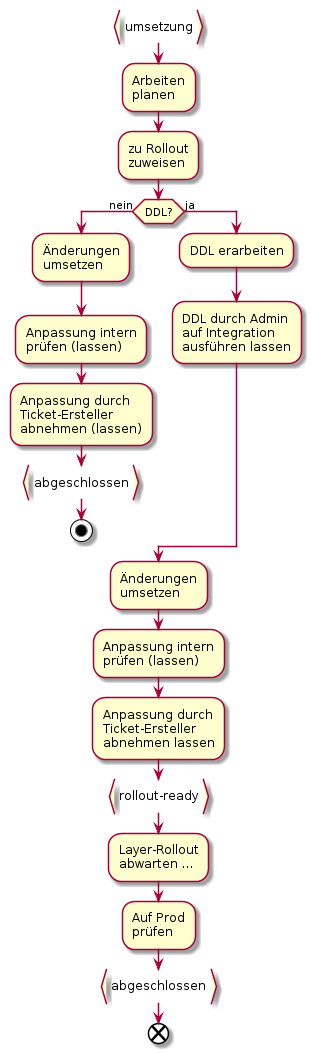
Before: dok/puml_output/flow_rollout.png, a diagram exported from PlantUML (ojeker/docktick).
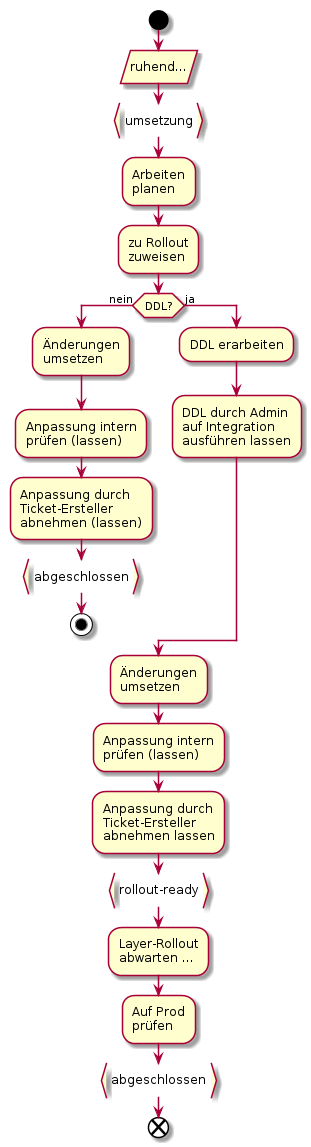
Above is the later version.

What changed in the source:
```diff
@@ -1,6 +1,8 @@
 @startuml
 |AGI-Mitarbeiter|
 
+start
+:ruhend.../
 :umsetzung}
 
 :Arbeiten
```
